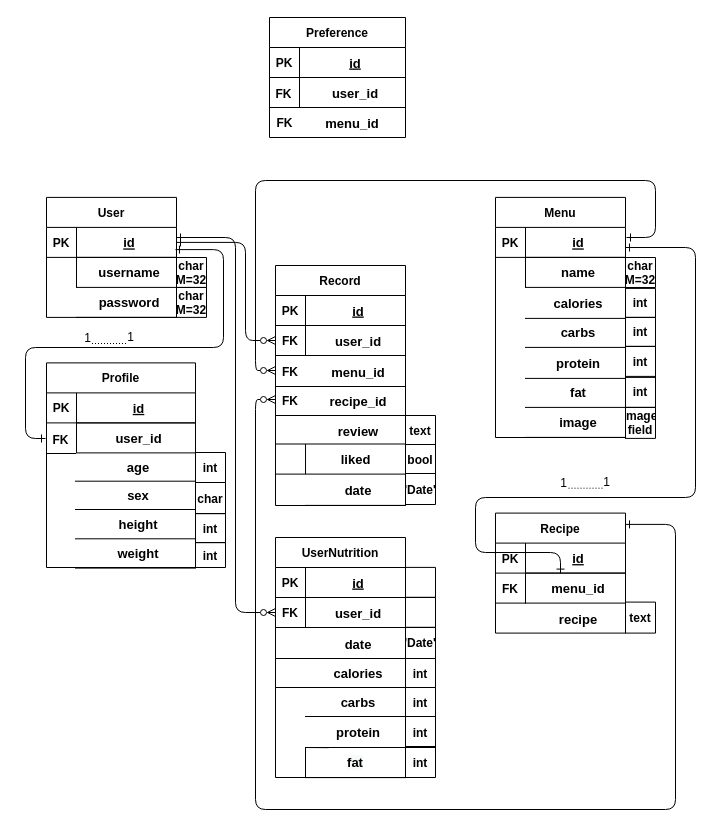
The draw.io diagram diagrams/Backend ER Diagram.drawio in swsnu/swpp2021-team5, before the edit. Source tidied: cells renumbered, new cells numbered last; positions are measured from the earlier drawing's top-left corner, leaving out a move shared by most shapes. Both pictures are drawn from the tidied source at 100%, with x=0, y=0 at pixel (25, 17).
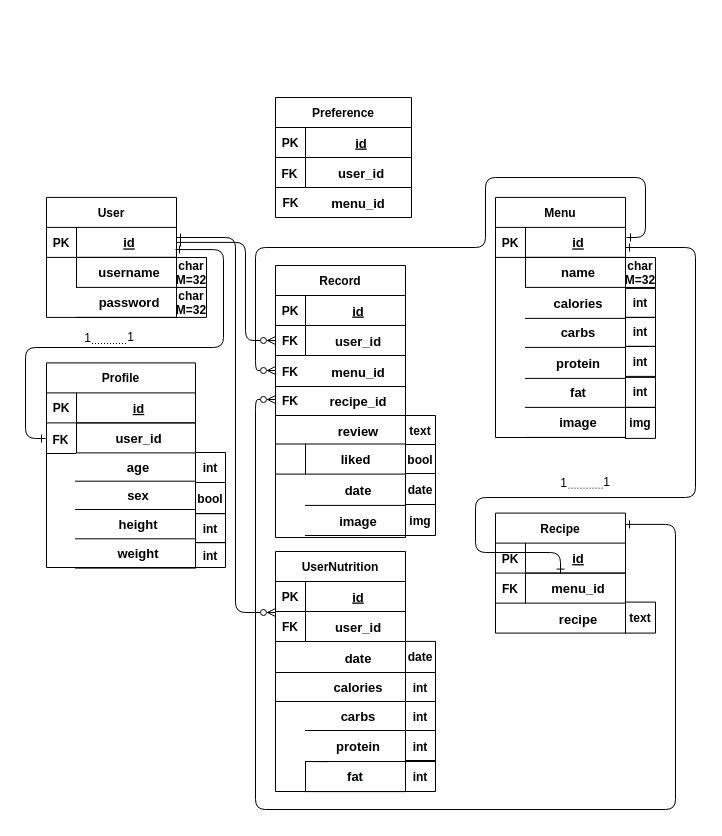
The same page after the edit.

The edit, as a diff of the source:
```diff
@@
     <mxCell id="25" style="edgeStyle=orthogonalEdgeStyle;endArrow=ERzeroToMany;startArrow=ERone;endFill=0;startFill=0;strokeColor=default;labelBackgroundColor=default;fontColor=default;" parent="1" edge="1">
       <mxGeometry relative="1" as="geometry">
         <mxPoint x="601" y="220" as="sourcePoint" />
         <mxPoint x="250" y="353" as="targetPoint" />
         <Array as="points">
-          <mxPoint x="630" y="220" />
-          <mxPoint x="630" y="163" />
-          <mxPoint x="230" y="163" />
+          <mxPoint x="620" y="220" />
+          <mxPoint x="620" y="160" />
+          <mxPoint x="460" y="160" />
+          <mxPoint x="460" y="230" />
+          <mxPoint x="230" y="230" />
           <mxPoint x="230" y="353" />
         </Array>
       </mxGeometry>
     </mxCell>
@@
     <mxCell id="27" value="&lt;span style=&quot;font-family: &amp;quot;helvetica&amp;quot; ; font-size: 13px ; font-style: normal ; font-weight: 700 ; letter-spacing: normal ; text-indent: 0px ; text-transform: none ; word-spacing: 0px ; background-color: rgb(248 , 249 , 250) ; display: inline ; float: none&quot;&gt;fat&lt;/span&gt;" style="rounded=0;whiteSpace=wrap;html=1;fillColor=none;strokeColor=default;fontColor=default;align=center;" parent="1" vertex="1">
-      <mxGeometry x="280" y="730" width="100" height="30.1" as="geometry" />
+      <mxGeometry x="280" y="744" width="100" height="30.1" as="geometry" />
     </mxCell>
     <mxCell id="28" style="endArrow=none;html=1;rounded=0;exitX=0.231;exitY=0.006;exitDx=0;exitDy=0;exitPerimeter=0;" parent="1" edge="1" source="27">
       <mxGeometry relative="1" as="geometry">
-        <mxPoint x="280" y="730" as="targetPoint" />
+        <mxPoint x="280" y="744" as="targetPoint" />
       </mxGeometry>
     </mxCell>
@@
     <mxCell id="32" value="Record" style="shape=table;startSize=30;childLayout=tableLayout;rowLines=0;fontStyle=1;align=center;fillColor=default;strokeColor=default;fontColor=default;" parent="1" vertex="1">
-      <mxGeometry x="250" y="248" width="130" height="240" as="geometry" />
+      <mxGeometry x="250" y="248" width="130" height="272" as="geometry" />
     </mxCell>
@@
     <mxCell id="47" value="UserNutrition" style="shape=table;startSize=30;childLayout=tableLayout;rowLines=0;fontStyle=1;align=center;" parent="1" vertex="1">
-      <mxGeometry x="250" y="520" width="130" height="240" as="geometry" />
+      <mxGeometry x="250" y="534" width="130" height="240" as="geometry" />
     </mxCell>
@@
     <mxCell id="54" style="shape=partialRectangle;overflow=hidden;fillColor=none;top=0;left=0;bottom=1;right=0;fontStyle=1;" parent="1" vertex="1">
-      <mxGeometry x="250" y="611" width="30" height="30" as="geometry" />
+      <mxGeometry x="250" y="625" width="30" height="30" as="geometry" />
     </mxCell>
     <mxCell id="55" value="calories" style="shape=partialRectangle;overflow=hidden;fillColor=none;top=0;left=0;bottom=1;right=0;align=center;spacingLeft=6;fontStyle=1;fontSize=13;strokeColor=default;fontColor=default;" parent="1" vertex="1">
-      <mxGeometry x="280" y="640" width="100" height="30" as="geometry" />
+      <mxGeometry x="280" y="654" width="100" height="30" as="geometry" />
     </mxCell>
     <mxCell id="56" value="FK" style="shape=partialRectangle;overflow=hidden;fillColor=none;top=0;left=0;bottom=1;right=0;fontStyle=1;" parent="1" vertex="1">
-      <mxGeometry x="250" y="580" width="30" height="30" as="geometry" />
+      <mxGeometry x="250" y="594" width="30" height="30" as="geometry" />
     </mxCell>
     <mxCell id="57" style="shape=partialRectangle;overflow=hidden;fillColor=none;top=0;left=0;bottom=1;right=0;fontStyle=1;strokeColor=default;fontColor=default;" parent="1" vertex="1">
-      <mxGeometry x="250" y="640" width="30" height="30" as="geometry" />
+      <mxGeometry x="250" y="654" width="30" height="30" as="geometry" />
     </mxCell>
     <mxCell id="58" value="carbs" style="shape=partialRectangle;overflow=hidden;fillColor=none;top=0;left=0;bottom=1;right=0;align=center;spacingLeft=6;fontStyle=1;fontSize=13;strokeColor=default;fontColor=default;" parent="1" vertex="1">
-      <mxGeometry x="280" y="669" width="100" height="30" as="geometry" />
+      <mxGeometry x="280" y="683" width="100" height="30" as="geometry" />
     </mxCell>
     <mxCell id="59" style="shape=partialRectangle;overflow=hidden;fillColor=none;top=0;left=0;bottom=0;right=0;" parent="1" vertex="1">
-      <mxGeometry x="250" y="670" width="30" height="30" as="geometry" />
+      <mxGeometry x="250" y="684" width="30" height="30" as="geometry" />
     </mxCell>
     <mxCell id="60" value="protein" style="shape=partialRectangle;overflow=hidden;fillColor=none;top=0;left=0;bottom=0;right=0;align=center;spacingLeft=6;fontStyle=1;fontSize=13;strokeColor=default;fontColor=default;" parent="1" vertex="1">
-      <mxGeometry x="280" y="699" width="100" height="30" as="geometry" />
+      <mxGeometry x="280" y="713" width="100" height="30" as="geometry" />
     </mxCell>
@@
     <mxCell id="82" value="date" style="shape=partialRectangle;overflow=hidden;fillColor=none;top=0;left=0;bottom=1;right=0;align=center;spacingLeft=6;fontStyle=1;fontSize=13;strokeColor=default;fontColor=default;" parent="1" vertex="1">
-      <mxGeometry x="280" y="611" width="100" height="30" as="geometry" />
+      <mxGeometry x="280" y="625" width="100" height="30" as="geometry" />
     </mxCell>
-    <mxCell id="83" style="shape=partialRectangle;overflow=hidden;fillColor=none;top=1;left=0;bottom=1;right=1;fontStyle=1;strokeColor=default;fontColor=default;" parent="1" vertex="1">
-      <mxGeometry x="380" y="549.9" width="30" height="30" as="geometry" />
-    </mxCell>
-    <mxCell id="84" style="shape=partialRectangle;overflow=hidden;fillColor=none;top=1;left=0;bottom=1;right=1;fontStyle=1;strokeColor=default;fontColor=default;" parent="1" vertex="1">
-      <mxGeometry x="380" y="579.9" width="30" height="30" as="geometry" />
-    </mxCell>
     <mxCell id="85" value="int" style="shape=partialRectangle;overflow=hidden;fillColor=none;top=1;left=0;bottom=1;right=1;fontStyle=1;strokeColor=default;fontColor=default;" parent="1" vertex="1">
-      <mxGeometry x="380" y="641" width="30" height="29" as="geometry" />
+      <mxGeometry x="380" y="655" width="30" height="29" as="geometry" />
     </mxCell>
-    <mxCell id="86" value="'Date'" style="shape=partialRectangle;overflow=hidden;fillColor=none;top=1;left=0;bottom=1;right=1;fontStyle=1;strokeColor=default;fontColor=default;" parent="1" vertex="1">
-      <mxGeometry x="380" y="609.9" width="30" height="31.1" as="geometry" />
+    <mxCell id="86" value="date" style="shape=partialRectangle;overflow=hidden;fillColor=none;top=1;left=0;bottom=1;right=1;fontStyle=1;strokeColor=default;fontColor=default;" parent="1" vertex="1">
+      <mxGeometry x="380" y="623.9" width="30" height="31.1" as="geometry" />
     </mxCell>
     <mxCell id="87" value="int" style="shape=partialRectangle;overflow=hidden;fillColor=none;top=1;left=0;bottom=1;right=1;fontStyle=1;strokeColor=default;fontColor=default;" parent="1" vertex="1">
-      <mxGeometry x="380" y="670" width="30" height="29" as="geometry" />
+      <mxGeometry x="380" y="684" width="30" height="29" as="geometry" />
     </mxCell>
     <mxCell id="88" value="int" style="shape=partialRectangle;overflow=hidden;fillColor=none;top=1;left=0;bottom=1;right=1;fontStyle=1;strokeColor=default;fontColor=default;" parent="1" vertex="1">
-      <mxGeometry x="380" y="699" width="30" height="31" as="geometry" />
+      <mxGeometry x="380" y="713" width="30" height="31" as="geometry" />
     </mxCell>
     <mxCell id="89" value="int" style="shape=partialRectangle;overflow=hidden;fillColor=none;top=1;left=0;bottom=1;right=1;fontStyle=1;strokeColor=default;fontColor=default;" parent="1" vertex="1">
-      <mxGeometry x="380" y="729" width="30" height="31" as="geometry" />
+      <mxGeometry x="380" y="743" width="30" height="31" as="geometry" />
     </mxCell>
@@
-    <mxCell id="94" value="char" style="shape=partialRectangle;overflow=hidden;fillColor=none;top=1;left=0;bottom=1;right=1;fontStyle=1;strokeColor=default;fontColor=default;" parent="1" vertex="1">
+    <mxCell id="94" value="bool" style="shape=partialRectangle;overflow=hidden;fillColor=none;top=1;left=0;bottom=1;right=1;fontStyle=1;strokeColor=default;fontColor=default;" parent="1" vertex="1">
       <mxGeometry x="170" y="465" width="30" height="31.1" as="geometry" />
     </mxCell>
@@
-    <mxCell id="99" value="'Date'" style="shape=partialRectangle;overflow=hidden;fillColor=none;top=1;left=0;bottom=1;right=1;fontStyle=1;strokeColor=default;fontColor=default;" parent="1" vertex="1">
+    <mxCell id="99" value="date" style="shape=partialRectangle;overflow=hidden;fillColor=none;top=1;left=0;bottom=1;right=1;fontStyle=1;strokeColor=default;fontColor=default;" parent="1" vertex="1">
       <mxGeometry x="380" y="456" width="30" height="31" as="geometry" />
     </mxCell>
@@
     <mxCell id="105" style="group;" parent="1" vertex="1">
-      <mxGeometry x="244" width="130" height="120" as="geometry" />
+      <mxGeometry x="250" y="80" width="130" height="120" as="geometry" />
     </mxCell>
@@
-    <mxCell id="132" value="image&#10;field" style="shape=partialRectangle;overflow=hidden;fillColor=none;top=1;left=0;bottom=1;right=1;fontStyle=1;strokeColor=default;fontColor=default;" parent="1" vertex="1">
+    <mxCell id="132" value="img" style="shape=partialRectangle;overflow=hidden;fillColor=none;top=1;left=0;bottom=1;right=1;fontStyle=1;strokeColor=default;fontColor=default;" parent="1" vertex="1">
       <mxGeometry x="600" y="389.9" width="30" height="31" as="geometry" />
     </mxCell>
+    <mxCell id="133" value="image" style="shape=partialRectangle;overflow=hidden;fillColor=none;top=0;left=0;bottom=1;right=0;align=center;spacingLeft=6;fontStyle=1;fontSize=13;strokeColor=default;fontColor=default;" parent="1" vertex="1">
+      <mxGeometry x="280" y="488" width="100" height="30" as="geometry" />
+    </mxCell>
+    <mxCell id="134" value="img" style="shape=partialRectangle;overflow=hidden;fillColor=none;top=1;left=0;bottom=1;right=1;fontStyle=1;strokeColor=default;fontColor=default;" parent="1" vertex="1">
+      <mxGeometry x="380" y="487" width="30" height="31" as="geometry" />
+    </mxCell>
```
